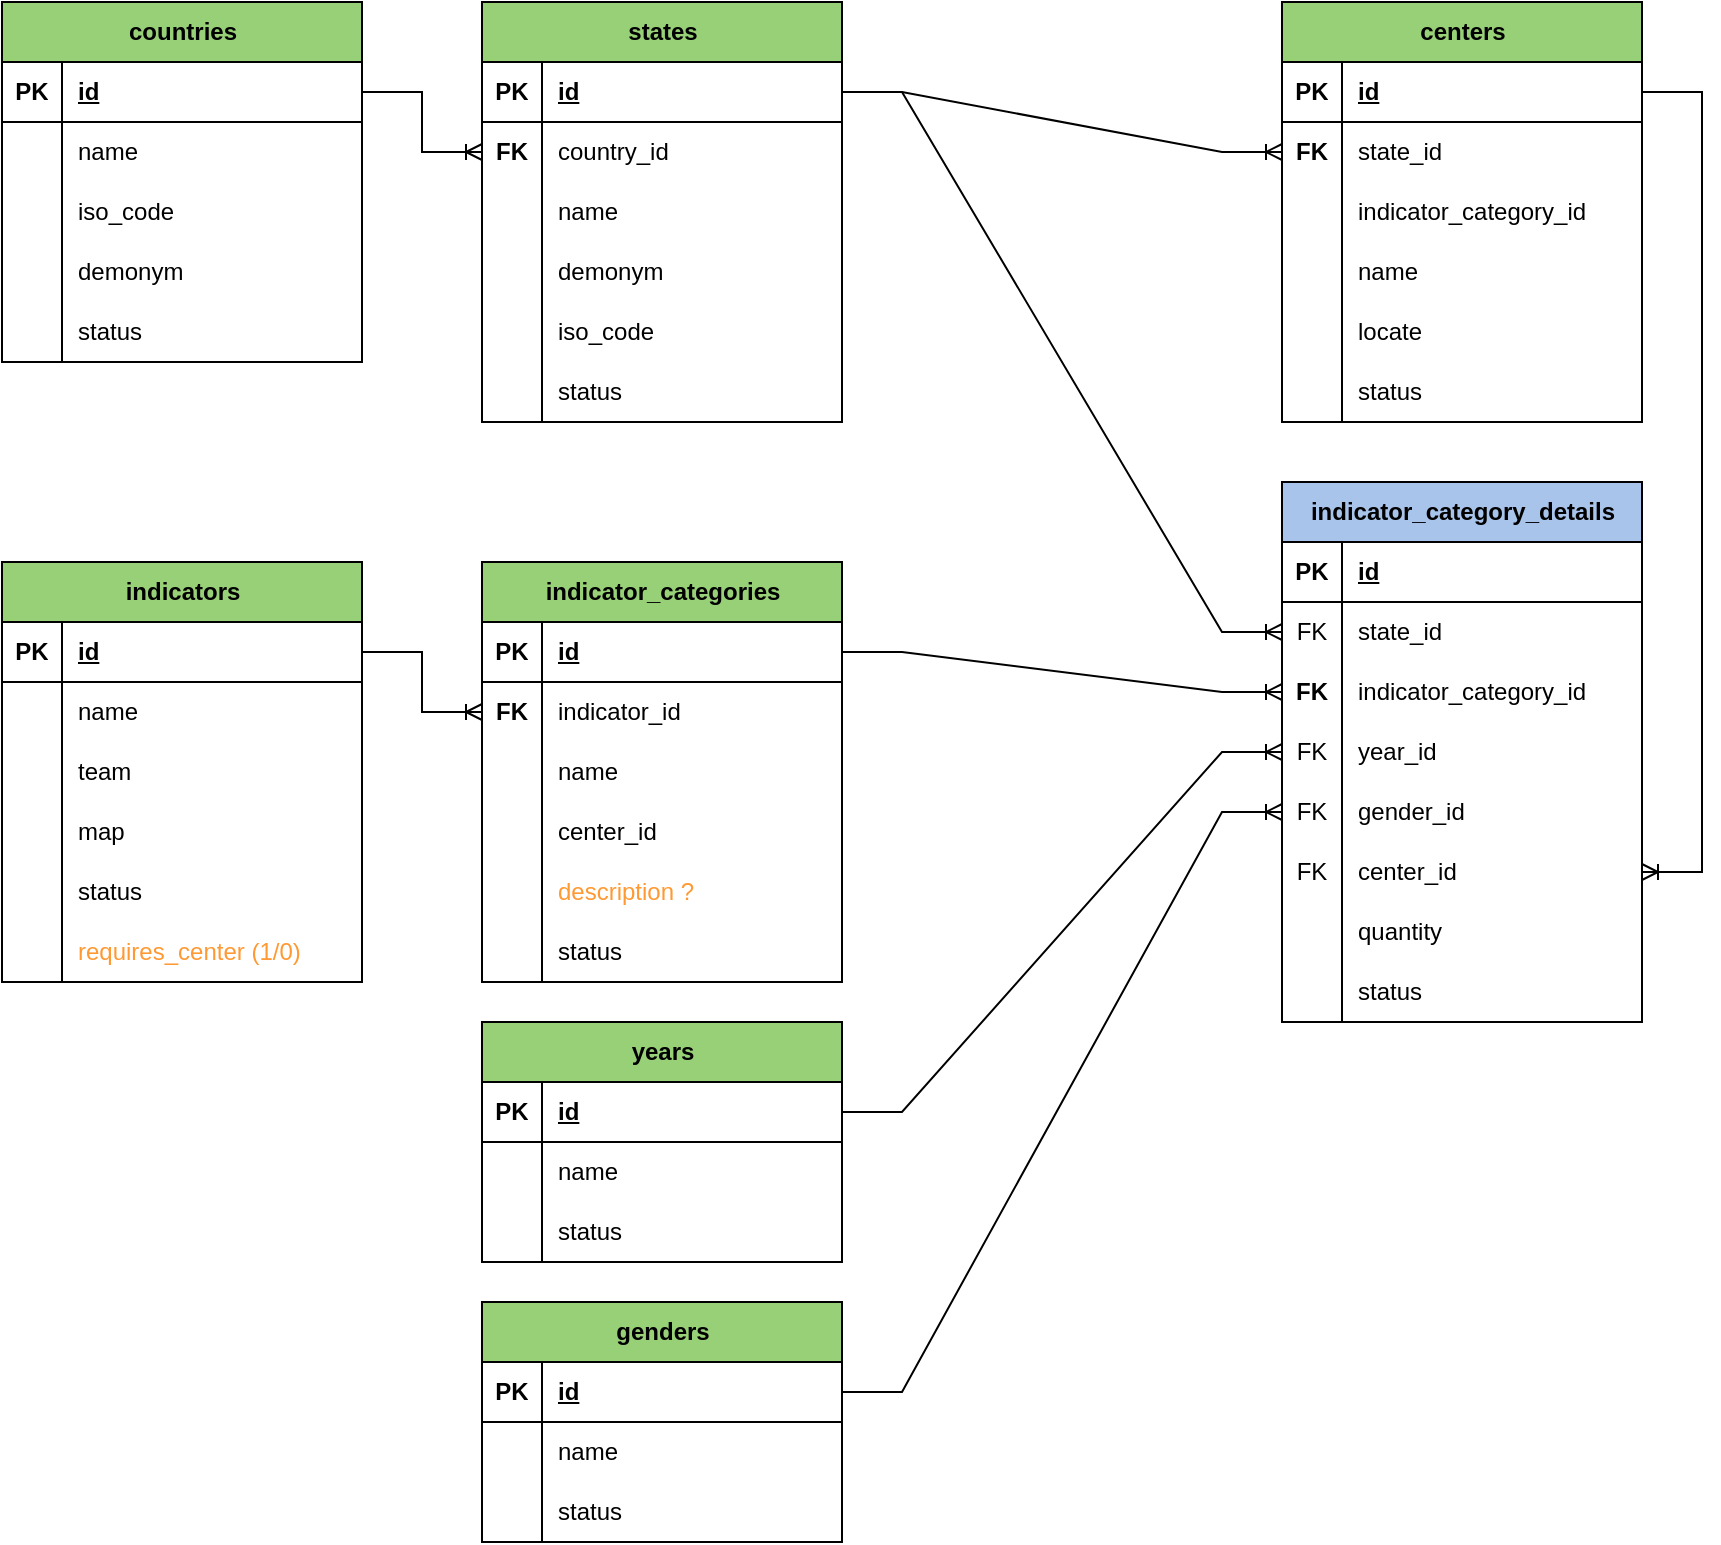
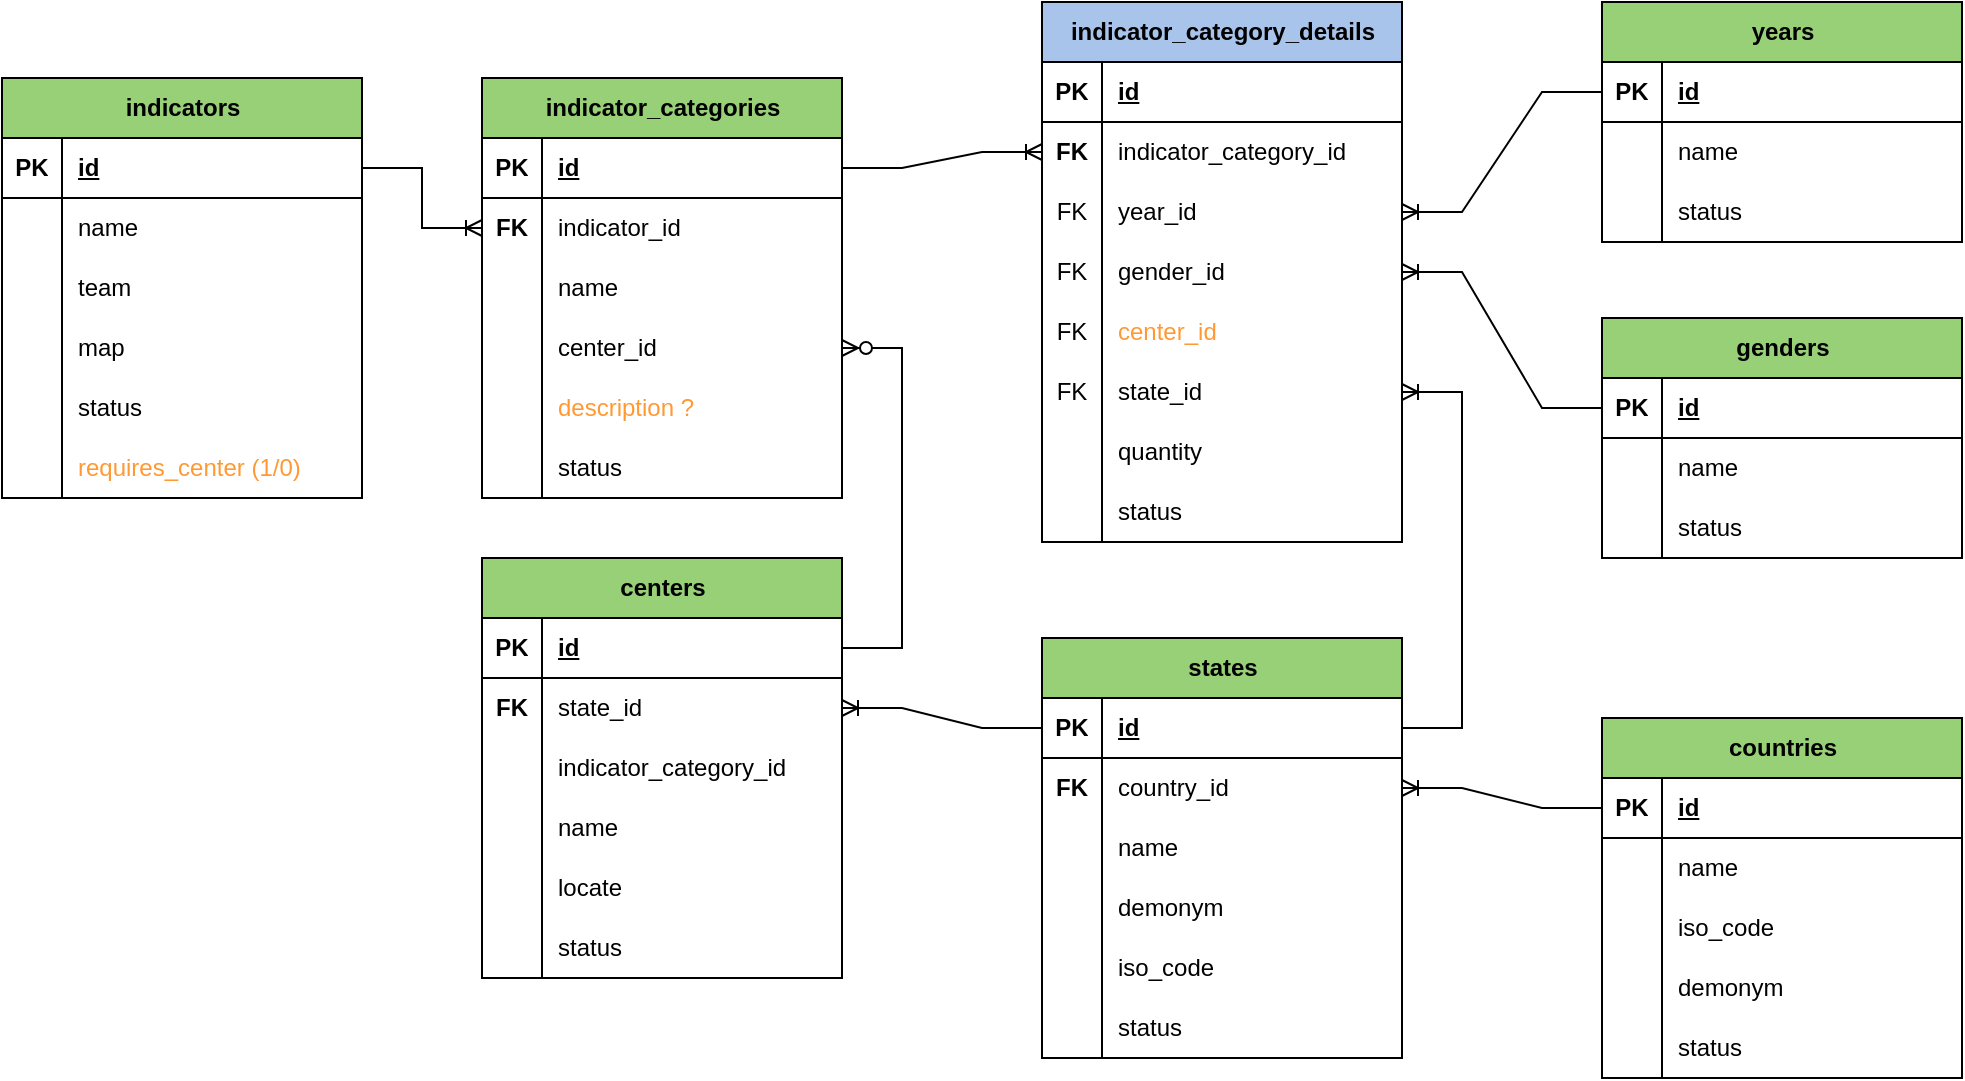
<mxfile host="app.diagrams.net" agent="Mozilla/5.0 (Windows NT 10.0; Win64; x64) AppleWebKit/537.36 (KHTML, like Gecko) Chrome/143.0.0.0 Safari/537.36" version="29.3.0">
  <diagram name="Página-1" id="_8EQAH1Wy183vU3yX7v0">
    <mxGraphModel dx="1426" dy="751" grid="1" gridSize="10" guides="1" tooltips="1" connect="1" arrows="1" fold="1" page="1" pageScale="1" pageWidth="827" pageHeight="1169" math="0" shadow="0">
      <root>
        <mxCell id="0" />
        <mxCell id="1" parent="0" />
        <mxCell id="jeW91b3SFmuc4ZiNpk8l-1" parent="1" style="shape=table;startSize=30;container=1;collapsible=1;childLayout=tableLayout;fixedRows=1;rowLines=0;fontStyle=1;align=center;resizeLast=1;html=1;fillColor=#97D077;" value="years" vertex="1">
-           <mxGeometry height="120" width="180" x="280" y="550" as="geometry" />
+           <mxGeometry height="120" width="180" x="840" y="282" as="geometry" />
        </mxCell>
        <mxCell id="jeW91b3SFmuc4ZiNpk8l-2" parent="jeW91b3SFmuc4ZiNpk8l-1" style="shape=tableRow;horizontal=0;startSize=0;swimlaneHead=0;swimlaneBody=0;fillColor=none;collapsible=0;dropTarget=0;points=[[0,0.5],[1,0.5]];portConstraint=eastwest;top=0;left=0;right=0;bottom=1;" value="" vertex="1">
          <mxGeometry height="30" width="180" y="30" as="geometry" />
        </mxCell>
        <mxCell id="jeW91b3SFmuc4ZiNpk8l-3" parent="jeW91b3SFmuc4ZiNpk8l-2" style="shape=partialRectangle;connectable=0;fillColor=none;top=0;left=0;bottom=0;right=0;fontStyle=1;overflow=hidden;whiteSpace=wrap;html=1;" value="PK" vertex="1">
          <mxGeometry height="30" width="30" as="geometry">
            <mxRectangle height="30" width="30" as="alternateBounds" />
          </mxGeometry>
        </mxCell>
        <mxCell id="jeW91b3SFmuc4ZiNpk8l-4" parent="jeW91b3SFmuc4ZiNpk8l-2" style="shape=partialRectangle;connectable=0;fillColor=none;top=0;left=0;bottom=0;right=0;align=left;spacingLeft=6;fontStyle=5;overflow=hidden;whiteSpace=wrap;html=1;" value="id" vertex="1">
          <mxGeometry height="30" width="150" x="30" as="geometry">
            <mxRectangle height="30" width="150" as="alternateBounds" />
          </mxGeometry>
        </mxCell>
        <mxCell id="jeW91b3SFmuc4ZiNpk8l-5" parent="jeW91b3SFmuc4ZiNpk8l-1" style="shape=tableRow;horizontal=0;startSize=0;swimlaneHead=0;swimlaneBody=0;fillColor=none;collapsible=0;dropTarget=0;points=[[0,0.5],[1,0.5]];portConstraint=eastwest;top=0;left=0;right=0;bottom=0;" value="" vertex="1">
          <mxGeometry height="30" width="180" y="60" as="geometry" />
        </mxCell>
        <mxCell id="jeW91b3SFmuc4ZiNpk8l-6" parent="jeW91b3SFmuc4ZiNpk8l-5" style="shape=partialRectangle;connectable=0;fillColor=none;top=0;left=0;bottom=0;right=0;editable=1;overflow=hidden;whiteSpace=wrap;html=1;" value="" vertex="1">
          <mxGeometry height="30" width="30" as="geometry">
            <mxRectangle height="30" width="30" as="alternateBounds" />
          </mxGeometry>
        </mxCell>
        <mxCell id="jeW91b3SFmuc4ZiNpk8l-7" parent="jeW91b3SFmuc4ZiNpk8l-5" style="shape=partialRectangle;connectable=0;fillColor=none;top=0;left=0;bottom=0;right=0;align=left;spacingLeft=6;overflow=hidden;whiteSpace=wrap;html=1;" value="name" vertex="1">
          <mxGeometry height="30" width="150" x="30" as="geometry">
            <mxRectangle height="30" width="150" as="alternateBounds" />
          </mxGeometry>
        </mxCell>
        <mxCell id="jeW91b3SFmuc4ZiNpk8l-8" parent="jeW91b3SFmuc4ZiNpk8l-1" style="shape=tableRow;horizontal=0;startSize=0;swimlaneHead=0;swimlaneBody=0;fillColor=none;collapsible=0;dropTarget=0;points=[[0,0.5],[1,0.5]];portConstraint=eastwest;top=0;left=0;right=0;bottom=0;" value="" vertex="1">
          <mxGeometry height="30" width="180" y="90" as="geometry" />
        </mxCell>
        <mxCell id="jeW91b3SFmuc4ZiNpk8l-9" parent="jeW91b3SFmuc4ZiNpk8l-8" style="shape=partialRectangle;connectable=0;fillColor=none;top=0;left=0;bottom=0;right=0;editable=1;overflow=hidden;whiteSpace=wrap;html=1;" value="" vertex="1">
          <mxGeometry height="30" width="30" as="geometry">
            <mxRectangle height="30" width="30" as="alternateBounds" />
          </mxGeometry>
        </mxCell>
        <mxCell id="jeW91b3SFmuc4ZiNpk8l-10" parent="jeW91b3SFmuc4ZiNpk8l-8" style="shape=partialRectangle;connectable=0;fillColor=none;top=0;left=0;bottom=0;right=0;align=left;spacingLeft=6;overflow=hidden;whiteSpace=wrap;html=1;" value="status" vertex="1">
          <mxGeometry height="30" width="150" x="30" as="geometry">
            <mxRectangle height="30" width="150" as="alternateBounds" />
          </mxGeometry>
        </mxCell>
        <mxCell id="jeW91b3SFmuc4ZiNpk8l-14" parent="1" style="shape=table;startSize=30;container=1;collapsible=1;childLayout=tableLayout;fixedRows=1;rowLines=0;fontStyle=1;align=center;resizeLast=1;html=1;fillColor=#97D077;" value="indicators" vertex="1">
          <mxGeometry height="210" width="180" x="40" y="320" as="geometry" />
        </mxCell>
        <mxCell id="jeW91b3SFmuc4ZiNpk8l-15" parent="jeW91b3SFmuc4ZiNpk8l-14" style="shape=tableRow;horizontal=0;startSize=0;swimlaneHead=0;swimlaneBody=0;fillColor=none;collapsible=0;dropTarget=0;points=[[0,0.5],[1,0.5]];portConstraint=eastwest;top=0;left=0;right=0;bottom=1;" value="" vertex="1">
          <mxGeometry height="30" width="180" y="30" as="geometry" />
        </mxCell>
        <mxCell id="jeW91b3SFmuc4ZiNpk8l-16" parent="jeW91b3SFmuc4ZiNpk8l-15" style="shape=partialRectangle;connectable=0;fillColor=none;top=0;left=0;bottom=0;right=0;fontStyle=1;overflow=hidden;whiteSpace=wrap;html=1;" value="PK" vertex="1">
          <mxGeometry height="30" width="30" as="geometry">
            <mxRectangle height="30" width="30" as="alternateBounds" />
          </mxGeometry>
        </mxCell>
        <mxCell id="jeW91b3SFmuc4ZiNpk8l-17" parent="jeW91b3SFmuc4ZiNpk8l-15" style="shape=partialRectangle;connectable=0;fillColor=none;top=0;left=0;bottom=0;right=0;align=left;spacingLeft=6;fontStyle=5;overflow=hidden;whiteSpace=wrap;html=1;" value="id" vertex="1">
          <mxGeometry height="30" width="150" x="30" as="geometry">
            <mxRectangle height="30" width="150" as="alternateBounds" />
          </mxGeometry>
        </mxCell>
        <mxCell id="jeW91b3SFmuc4ZiNpk8l-18" parent="jeW91b3SFmuc4ZiNpk8l-14" style="shape=tableRow;horizontal=0;startSize=0;swimlaneHead=0;swimlaneBody=0;fillColor=none;collapsible=0;dropTarget=0;points=[[0,0.5],[1,0.5]];portConstraint=eastwest;top=0;left=0;right=0;bottom=0;" value="" vertex="1">
          <mxGeometry height="30" width="180" y="60" as="geometry" />
        </mxCell>
        <mxCell id="jeW91b3SFmuc4ZiNpk8l-19" parent="jeW91b3SFmuc4ZiNpk8l-18" style="shape=partialRectangle;connectable=0;fillColor=none;top=0;left=0;bottom=0;right=0;editable=1;overflow=hidden;whiteSpace=wrap;html=1;" value="" vertex="1">
          <mxGeometry height="30" width="30" as="geometry">
            <mxRectangle height="30" width="30" as="alternateBounds" />
          </mxGeometry>
        </mxCell>
        <mxCell id="jeW91b3SFmuc4ZiNpk8l-20" parent="jeW91b3SFmuc4ZiNpk8l-18" style="shape=partialRectangle;connectable=0;fillColor=none;top=0;left=0;bottom=0;right=0;align=left;spacingLeft=6;overflow=hidden;whiteSpace=wrap;html=1;" value="name" vertex="1">
          <mxGeometry height="30" width="150" x="30" as="geometry">
            <mxRectangle height="30" width="150" as="alternateBounds" />
          </mxGeometry>
        </mxCell>
        <mxCell id="Tr3dRubQJtcB0Lx8Occ9-4" parent="jeW91b3SFmuc4ZiNpk8l-14" style="shape=tableRow;horizontal=0;startSize=0;swimlaneHead=0;swimlaneBody=0;fillColor=none;collapsible=0;dropTarget=0;points=[[0,0.5],[1,0.5]];portConstraint=eastwest;top=0;left=0;right=0;bottom=0;" vertex="1">
          <mxGeometry height="30" width="180" y="90" as="geometry" />
        </mxCell>
        <mxCell id="Tr3dRubQJtcB0Lx8Occ9-5" parent="Tr3dRubQJtcB0Lx8Occ9-4" style="shape=partialRectangle;connectable=0;fillColor=none;top=0;left=0;bottom=0;right=0;editable=1;overflow=hidden;whiteSpace=wrap;html=1;" vertex="1">
          <mxGeometry height="30" width="30" as="geometry">
            <mxRectangle height="30" width="30" as="alternateBounds" />
          </mxGeometry>
        </mxCell>
        <mxCell id="Tr3dRubQJtcB0Lx8Occ9-6" parent="Tr3dRubQJtcB0Lx8Occ9-4" style="shape=partialRectangle;connectable=0;fillColor=none;top=0;left=0;bottom=0;right=0;align=left;spacingLeft=6;overflow=hidden;whiteSpace=wrap;html=1;" value="team" vertex="1">
          <mxGeometry height="30" width="150" x="30" as="geometry">
            <mxRectangle height="30" width="150" as="alternateBounds" />
          </mxGeometry>
        </mxCell>
        <mxCell id="Tr3dRubQJtcB0Lx8Occ9-1" parent="jeW91b3SFmuc4ZiNpk8l-14" style="shape=tableRow;horizontal=0;startSize=0;swimlaneHead=0;swimlaneBody=0;fillColor=none;collapsible=0;dropTarget=0;points=[[0,0.5],[1,0.5]];portConstraint=eastwest;top=0;left=0;right=0;bottom=0;" vertex="1">
          <mxGeometry height="30" width="180" y="120" as="geometry" />
        </mxCell>
        <mxCell id="Tr3dRubQJtcB0Lx8Occ9-2" parent="Tr3dRubQJtcB0Lx8Occ9-1" style="shape=partialRectangle;connectable=0;fillColor=none;top=0;left=0;bottom=0;right=0;editable=1;overflow=hidden;whiteSpace=wrap;html=1;" vertex="1">
          <mxGeometry height="30" width="30" as="geometry">
            <mxRectangle height="30" width="30" as="alternateBounds" />
          </mxGeometry>
        </mxCell>
        <mxCell id="Tr3dRubQJtcB0Lx8Occ9-3" parent="Tr3dRubQJtcB0Lx8Occ9-1" style="shape=partialRectangle;connectable=0;fillColor=none;top=0;left=0;bottom=0;right=0;align=left;spacingLeft=6;overflow=hidden;whiteSpace=wrap;html=1;" value="map" vertex="1">
          <mxGeometry height="30" width="150" x="30" as="geometry">
            <mxRectangle height="30" width="150" as="alternateBounds" />
          </mxGeometry>
        </mxCell>
        <mxCell id="Tr3dRubQJtcB0Lx8Occ9-7" parent="jeW91b3SFmuc4ZiNpk8l-14" style="shape=tableRow;horizontal=0;startSize=0;swimlaneHead=0;swimlaneBody=0;fillColor=none;collapsible=0;dropTarget=0;points=[[0,0.5],[1,0.5]];portConstraint=eastwest;top=0;left=0;right=0;bottom=0;" vertex="1">
          <mxGeometry height="30" width="180" y="150" as="geometry" />
        </mxCell>
        <mxCell id="Tr3dRubQJtcB0Lx8Occ9-8" parent="Tr3dRubQJtcB0Lx8Occ9-7" style="shape=partialRectangle;connectable=0;fillColor=none;top=0;left=0;bottom=0;right=0;editable=1;overflow=hidden;whiteSpace=wrap;html=1;" vertex="1">
          <mxGeometry height="30" width="30" as="geometry">
            <mxRectangle height="30" width="30" as="alternateBounds" />
          </mxGeometry>
        </mxCell>
        <mxCell id="Tr3dRubQJtcB0Lx8Occ9-9" parent="Tr3dRubQJtcB0Lx8Occ9-7" style="shape=partialRectangle;connectable=0;fillColor=none;top=0;left=0;bottom=0;right=0;align=left;spacingLeft=6;overflow=hidden;whiteSpace=wrap;html=1;" value="status" vertex="1">
          <mxGeometry height="30" width="150" x="30" as="geometry">
            <mxRectangle height="30" width="150" as="alternateBounds" />
          </mxGeometry>
        </mxCell>
        <mxCell id="jeW91b3SFmuc4ZiNpk8l-24" parent="jeW91b3SFmuc4ZiNpk8l-14" style="shape=tableRow;horizontal=0;startSize=0;swimlaneHead=0;swimlaneBody=0;fillColor=none;collapsible=0;dropTarget=0;points=[[0,0.5],[1,0.5]];portConstraint=eastwest;top=0;left=0;right=0;bottom=0;" value="" vertex="1">
          <mxGeometry height="30" width="180" y="180" as="geometry" />
        </mxCell>
        <mxCell id="jeW91b3SFmuc4ZiNpk8l-25" parent="jeW91b3SFmuc4ZiNpk8l-24" style="shape=partialRectangle;connectable=0;fillColor=none;top=0;left=0;bottom=0;right=0;editable=1;overflow=hidden;whiteSpace=wrap;html=1;" value="" vertex="1">
          <mxGeometry height="30" width="30" as="geometry">
            <mxRectangle height="30" width="30" as="alternateBounds" />
          </mxGeometry>
        </mxCell>
        <mxCell id="jeW91b3SFmuc4ZiNpk8l-26" parent="jeW91b3SFmuc4ZiNpk8l-24" style="shape=partialRectangle;connectable=0;fillColor=none;top=0;left=0;bottom=0;right=0;align=left;spacingLeft=6;overflow=hidden;whiteSpace=wrap;html=1;" value="&lt;font style=&quot;color: rgb(255, 153, 51);&quot;&gt;requires_center (1/0)&lt;/font&gt;" vertex="1">
          <mxGeometry height="30" width="150" x="30" as="geometry">
            <mxRectangle height="30" width="150" as="alternateBounds" />
          </mxGeometry>
        </mxCell>
        <mxCell id="jeW91b3SFmuc4ZiNpk8l-27" parent="1" style="shape=table;startSize=30;container=1;collapsible=1;childLayout=tableLayout;fixedRows=1;rowLines=0;fontStyle=1;align=center;resizeLast=1;html=1;fillColor=#97D077;" value="centers" vertex="1">
-           <mxGeometry height="210" width="180" x="680" y="40" as="geometry" />
+           <mxGeometry height="210" width="180" x="280" y="560" as="geometry">
+             <mxRectangle height="30" width="80" x="280" y="560" as="alternateBounds" />
+           </mxGeometry>
        </mxCell>
        <mxCell id="jeW91b3SFmuc4ZiNpk8l-28" parent="jeW91b3SFmuc4ZiNpk8l-27" style="shape=tableRow;horizontal=0;startSize=0;swimlaneHead=0;swimlaneBody=0;fillColor=none;collapsible=0;dropTarget=0;points=[[0,0.5],[1,0.5]];portConstraint=eastwest;top=0;left=0;right=0;bottom=1;" value="" vertex="1">
          <mxGeometry height="30" width="180" y="30" as="geometry" />
        </mxCell>
        <mxCell id="jeW91b3SFmuc4ZiNpk8l-29" parent="jeW91b3SFmuc4ZiNpk8l-28" style="shape=partialRectangle;connectable=0;fillColor=none;top=0;left=0;bottom=0;right=0;fontStyle=1;overflow=hidden;whiteSpace=wrap;html=1;" value="PK" vertex="1">
          <mxGeometry height="30" width="30" as="geometry">
            <mxRectangle height="30" width="30" as="alternateBounds" />
          </mxGeometry>
        </mxCell>
        <mxCell id="jeW91b3SFmuc4ZiNpk8l-30" parent="jeW91b3SFmuc4ZiNpk8l-28" style="shape=partialRectangle;connectable=0;fillColor=none;top=0;left=0;bottom=0;right=0;align=left;spacingLeft=6;fontStyle=5;overflow=hidden;whiteSpace=wrap;html=1;" value="id" vertex="1">
          <mxGeometry height="30" width="150" x="30" as="geometry">
            <mxRectangle height="30" width="150" as="alternateBounds" />
          </mxGeometry>
        </mxCell>
        <mxCell id="jeW91b3SFmuc4ZiNpk8l-31" parent="jeW91b3SFmuc4ZiNpk8l-27" style="shape=tableRow;horizontal=0;startSize=0;swimlaneHead=0;swimlaneBody=0;fillColor=none;collapsible=0;dropTarget=0;points=[[0,0.5],[1,0.5]];portConstraint=eastwest;top=0;left=0;right=0;bottom=0;" value="" vertex="1">
          <mxGeometry height="30" width="180" y="60" as="geometry" />
        </mxCell>
        <mxCell id="jeW91b3SFmuc4ZiNpk8l-32" parent="jeW91b3SFmuc4ZiNpk8l-31" style="shape=partialRectangle;connectable=0;fillColor=none;top=0;left=0;bottom=0;right=0;editable=1;overflow=hidden;whiteSpace=wrap;html=1;" value="&lt;b&gt;FK&lt;/b&gt;" vertex="1">
          <mxGeometry height="30" width="30" as="geometry">
            <mxRectangle height="30" width="30" as="alternateBounds" />
          </mxGeometry>
        </mxCell>
        <mxCell id="jeW91b3SFmuc4ZiNpk8l-33" parent="jeW91b3SFmuc4ZiNpk8l-31" style="shape=partialRectangle;connectable=0;fillColor=none;top=0;left=0;bottom=0;right=0;align=left;spacingLeft=6;overflow=hidden;whiteSpace=wrap;html=1;" value="state_id" vertex="1">
          <mxGeometry height="30" width="150" x="30" as="geometry">
            <mxRectangle height="30" width="150" as="alternateBounds" />
          </mxGeometry>
        </mxCell>
        <mxCell id="6sR2e17n_Q9-mfU13Qc0-5" parent="jeW91b3SFmuc4ZiNpk8l-27" style="shape=tableRow;horizontal=0;startSize=0;swimlaneHead=0;swimlaneBody=0;fillColor=none;collapsible=0;dropTarget=0;points=[[0,0.5],[1,0.5]];portConstraint=eastwest;top=0;left=0;right=0;bottom=0;" vertex="1">
          <mxGeometry height="30" width="180" y="90" as="geometry" />
        </mxCell>
        <mxCell id="6sR2e17n_Q9-mfU13Qc0-6" parent="6sR2e17n_Q9-mfU13Qc0-5" style="shape=partialRectangle;connectable=0;fillColor=none;top=0;left=0;bottom=0;right=0;editable=1;overflow=hidden;whiteSpace=wrap;html=1;" vertex="1">
          <mxGeometry height="30" width="30" as="geometry">
            <mxRectangle height="30" width="30" as="alternateBounds" />
          </mxGeometry>
        </mxCell>
        <mxCell id="6sR2e17n_Q9-mfU13Qc0-7" parent="6sR2e17n_Q9-mfU13Qc0-5" style="shape=partialRectangle;connectable=0;fillColor=none;top=0;left=0;bottom=0;right=0;align=left;spacingLeft=6;overflow=hidden;whiteSpace=wrap;html=1;" value="indicator_category_id" vertex="1">
          <mxGeometry height="30" width="150" x="30" as="geometry">
            <mxRectangle height="30" width="150" as="alternateBounds" />
          </mxGeometry>
        </mxCell>
        <mxCell id="jeW91b3SFmuc4ZiNpk8l-34" parent="jeW91b3SFmuc4ZiNpk8l-27" style="shape=tableRow;horizontal=0;startSize=0;swimlaneHead=0;swimlaneBody=0;fillColor=none;collapsible=0;dropTarget=0;points=[[0,0.5],[1,0.5]];portConstraint=eastwest;top=0;left=0;right=0;bottom=0;" value="" vertex="1">
          <mxGeometry height="30" width="180" y="120" as="geometry" />
        </mxCell>
        <mxCell id="jeW91b3SFmuc4ZiNpk8l-35" parent="jeW91b3SFmuc4ZiNpk8l-34" style="shape=partialRectangle;connectable=0;fillColor=none;top=0;left=0;bottom=0;right=0;editable=1;overflow=hidden;whiteSpace=wrap;html=1;" value="" vertex="1">
          <mxGeometry height="30" width="30" as="geometry">
            <mxRectangle height="30" width="30" as="alternateBounds" />
          </mxGeometry>
        </mxCell>
        <mxCell id="jeW91b3SFmuc4ZiNpk8l-36" parent="jeW91b3SFmuc4ZiNpk8l-34" style="shape=partialRectangle;connectable=0;fillColor=none;top=0;left=0;bottom=0;right=0;align=left;spacingLeft=6;overflow=hidden;whiteSpace=wrap;html=1;" value="name" vertex="1">
          <mxGeometry height="30" width="150" x="30" as="geometry">
            <mxRectangle height="30" width="150" as="alternateBounds" />
          </mxGeometry>
        </mxCell>
        <mxCell id="jeW91b3SFmuc4ZiNpk8l-37" parent="jeW91b3SFmuc4ZiNpk8l-27" style="shape=tableRow;horizontal=0;startSize=0;swimlaneHead=0;swimlaneBody=0;fillColor=none;collapsible=0;dropTarget=0;points=[[0,0.5],[1,0.5]];portConstraint=eastwest;top=0;left=0;right=0;bottom=0;" value="" vertex="1">
          <mxGeometry height="30" width="180" y="150" as="geometry" />
        </mxCell>
        <mxCell id="jeW91b3SFmuc4ZiNpk8l-38" parent="jeW91b3SFmuc4ZiNpk8l-37" style="shape=partialRectangle;connectable=0;fillColor=none;top=0;left=0;bottom=0;right=0;editable=1;overflow=hidden;whiteSpace=wrap;html=1;" value="" vertex="1">
          <mxGeometry height="30" width="30" as="geometry">
            <mxRectangle height="30" width="30" as="alternateBounds" />
          </mxGeometry>
        </mxCell>
        <mxCell id="jeW91b3SFmuc4ZiNpk8l-39" parent="jeW91b3SFmuc4ZiNpk8l-37" style="shape=partialRectangle;connectable=0;fillColor=none;top=0;left=0;bottom=0;right=0;align=left;spacingLeft=6;overflow=hidden;whiteSpace=wrap;html=1;" value="locate" vertex="1">
          <mxGeometry height="30" width="150" x="30" as="geometry">
            <mxRectangle height="30" width="150" as="alternateBounds" />
          </mxGeometry>
        </mxCell>
        <mxCell id="jeW91b3SFmuc4ZiNpk8l-72" parent="jeW91b3SFmuc4ZiNpk8l-27" style="shape=tableRow;horizontal=0;startSize=0;swimlaneHead=0;swimlaneBody=0;fillColor=none;collapsible=0;dropTarget=0;points=[[0,0.5],[1,0.5]];portConstraint=eastwest;top=0;left=0;right=0;bottom=0;" vertex="1">
          <mxGeometry height="30" width="180" y="180" as="geometry" />
        </mxCell>
        <mxCell id="jeW91b3SFmuc4ZiNpk8l-73" parent="jeW91b3SFmuc4ZiNpk8l-72" style="shape=partialRectangle;connectable=0;fillColor=none;top=0;left=0;bottom=0;right=0;editable=1;overflow=hidden;whiteSpace=wrap;html=1;" vertex="1">
          <mxGeometry height="30" width="30" as="geometry">
            <mxRectangle height="30" width="30" as="alternateBounds" />
          </mxGeometry>
        </mxCell>
        <mxCell id="jeW91b3SFmuc4ZiNpk8l-74" parent="jeW91b3SFmuc4ZiNpk8l-72" style="shape=partialRectangle;connectable=0;fillColor=none;top=0;left=0;bottom=0;right=0;align=left;spacingLeft=6;overflow=hidden;whiteSpace=wrap;html=1;" value="status" vertex="1">
          <mxGeometry height="30" width="150" x="30" as="geometry">
            <mxRectangle height="30" width="150" as="alternateBounds" />
          </mxGeometry>
        </mxCell>
        <mxCell id="jeW91b3SFmuc4ZiNpk8l-40" parent="1" style="shape=table;startSize=30;container=1;collapsible=1;childLayout=tableLayout;fixedRows=1;rowLines=0;fontStyle=1;align=center;resizeLast=1;html=1;fillColor=#97D077;" value="countries" vertex="1">
-           <mxGeometry height="180" width="180" x="40" y="40" as="geometry" />
+           <mxGeometry height="180" width="180" x="840" y="640" as="geometry" />
        </mxCell>
        <mxCell id="jeW91b3SFmuc4ZiNpk8l-41" parent="jeW91b3SFmuc4ZiNpk8l-40" style="shape=tableRow;horizontal=0;startSize=0;swimlaneHead=0;swimlaneBody=0;fillColor=none;collapsible=0;dropTarget=0;points=[[0,0.5],[1,0.5]];portConstraint=eastwest;top=0;left=0;right=0;bottom=1;" value="" vertex="1">
          <mxGeometry height="30" width="180" y="30" as="geometry" />
        </mxCell>
        <mxCell id="jeW91b3SFmuc4ZiNpk8l-42" parent="jeW91b3SFmuc4ZiNpk8l-41" style="shape=partialRectangle;connectable=0;fillColor=none;top=0;left=0;bottom=0;right=0;fontStyle=1;overflow=hidden;whiteSpace=wrap;html=1;" value="PK" vertex="1">
          <mxGeometry height="30" width="30" as="geometry">
            <mxRectangle height="30" width="30" as="alternateBounds" />
          </mxGeometry>
        </mxCell>
        <mxCell id="jeW91b3SFmuc4ZiNpk8l-43" parent="jeW91b3SFmuc4ZiNpk8l-41" style="shape=partialRectangle;connectable=0;fillColor=none;top=0;left=0;bottom=0;right=0;align=left;spacingLeft=6;fontStyle=5;overflow=hidden;whiteSpace=wrap;html=1;" value="id" vertex="1">
          <mxGeometry height="30" width="150" x="30" as="geometry">
            <mxRectangle height="30" width="150" as="alternateBounds" />
          </mxGeometry>
        </mxCell>
        <mxCell id="jeW91b3SFmuc4ZiNpk8l-44" parent="jeW91b3SFmuc4ZiNpk8l-40" style="shape=tableRow;horizontal=0;startSize=0;swimlaneHead=0;swimlaneBody=0;fillColor=none;collapsible=0;dropTarget=0;points=[[0,0.5],[1,0.5]];portConstraint=eastwest;top=0;left=0;right=0;bottom=0;" value="" vertex="1">
          <mxGeometry height="30" width="180" y="60" as="geometry" />
        </mxCell>
        <mxCell id="jeW91b3SFmuc4ZiNpk8l-45" parent="jeW91b3SFmuc4ZiNpk8l-44" style="shape=partialRectangle;connectable=0;fillColor=none;top=0;left=0;bottom=0;right=0;editable=1;overflow=hidden;whiteSpace=wrap;html=1;" value="" vertex="1">
          <mxGeometry height="30" width="30" as="geometry">
            <mxRectangle height="30" width="30" as="alternateBounds" />
          </mxGeometry>
        </mxCell>
        <mxCell id="jeW91b3SFmuc4ZiNpk8l-46" parent="jeW91b3SFmuc4ZiNpk8l-44" style="shape=partialRectangle;connectable=0;fillColor=none;top=0;left=0;bottom=0;right=0;align=left;spacingLeft=6;overflow=hidden;whiteSpace=wrap;html=1;" value="name" vertex="1">
          <mxGeometry height="30" width="150" x="30" as="geometry">
            <mxRectangle height="30" width="150" as="alternateBounds" />
          </mxGeometry>
        </mxCell>
        <mxCell id="jeW91b3SFmuc4ZiNpk8l-47" parent="jeW91b3SFmuc4ZiNpk8l-40" style="shape=tableRow;horizontal=0;startSize=0;swimlaneHead=0;swimlaneBody=0;fillColor=none;collapsible=0;dropTarget=0;points=[[0,0.5],[1,0.5]];portConstraint=eastwest;top=0;left=0;right=0;bottom=0;" value="" vertex="1">
          <mxGeometry height="30" width="180" y="90" as="geometry" />
        </mxCell>
        <mxCell id="jeW91b3SFmuc4ZiNpk8l-48" parent="jeW91b3SFmuc4ZiNpk8l-47" style="shape=partialRectangle;connectable=0;fillColor=none;top=0;left=0;bottom=0;right=0;editable=1;overflow=hidden;whiteSpace=wrap;html=1;" value="" vertex="1">
          <mxGeometry height="30" width="30" as="geometry">
            <mxRectangle height="30" width="30" as="alternateBounds" />
          </mxGeometry>
        </mxCell>
        <mxCell id="jeW91b3SFmuc4ZiNpk8l-49" parent="jeW91b3SFmuc4ZiNpk8l-47" style="shape=partialRectangle;connectable=0;fillColor=none;top=0;left=0;bottom=0;right=0;align=left;spacingLeft=6;overflow=hidden;whiteSpace=wrap;html=1;" value="iso_code" vertex="1">
          <mxGeometry height="30" width="150" x="30" as="geometry">
            <mxRectangle height="30" width="150" as="alternateBounds" />
          </mxGeometry>
        </mxCell>
        <mxCell id="jeW91b3SFmuc4ZiNpk8l-136" parent="jeW91b3SFmuc4ZiNpk8l-40" style="shape=tableRow;horizontal=0;startSize=0;swimlaneHead=0;swimlaneBody=0;fillColor=none;collapsible=0;dropTarget=0;points=[[0,0.5],[1,0.5]];portConstraint=eastwest;top=0;left=0;right=0;bottom=0;" vertex="1">
          <mxGeometry height="30" width="180" y="120" as="geometry" />
        </mxCell>
        <mxCell id="jeW91b3SFmuc4ZiNpk8l-137" parent="jeW91b3SFmuc4ZiNpk8l-136" style="shape=partialRectangle;connectable=0;fillColor=none;top=0;left=0;bottom=0;right=0;editable=1;overflow=hidden;whiteSpace=wrap;html=1;" vertex="1">
          <mxGeometry height="30" width="30" as="geometry">
            <mxRectangle height="30" width="30" as="alternateBounds" />
          </mxGeometry>
        </mxCell>
        <mxCell id="jeW91b3SFmuc4ZiNpk8l-138" parent="jeW91b3SFmuc4ZiNpk8l-136" style="shape=partialRectangle;connectable=0;fillColor=none;top=0;left=0;bottom=0;right=0;align=left;spacingLeft=6;overflow=hidden;whiteSpace=wrap;html=1;" value="demonym&amp;nbsp;" vertex="1">
          <mxGeometry height="30" width="150" x="30" as="geometry">
            <mxRectangle height="30" width="150" as="alternateBounds" />
          </mxGeometry>
        </mxCell>
        <mxCell id="jeW91b3SFmuc4ZiNpk8l-50" parent="jeW91b3SFmuc4ZiNpk8l-40" style="shape=tableRow;horizontal=0;startSize=0;swimlaneHead=0;swimlaneBody=0;fillColor=none;collapsible=0;dropTarget=0;points=[[0,0.5],[1,0.5]];portConstraint=eastwest;top=0;left=0;right=0;bottom=0;" value="" vertex="1">
          <mxGeometry height="30" width="180" y="150" as="geometry" />
        </mxCell>
        <mxCell id="jeW91b3SFmuc4ZiNpk8l-51" parent="jeW91b3SFmuc4ZiNpk8l-50" style="shape=partialRectangle;connectable=0;fillColor=none;top=0;left=0;bottom=0;right=0;editable=1;overflow=hidden;whiteSpace=wrap;html=1;" value="" vertex="1">
          <mxGeometry height="30" width="30" as="geometry">
            <mxRectangle height="30" width="30" as="alternateBounds" />
          </mxGeometry>
        </mxCell>
        <mxCell id="jeW91b3SFmuc4ZiNpk8l-52" parent="jeW91b3SFmuc4ZiNpk8l-50" style="shape=partialRectangle;connectable=0;fillColor=none;top=0;left=0;bottom=0;right=0;align=left;spacingLeft=6;overflow=hidden;whiteSpace=wrap;html=1;" value="status" vertex="1">
          <mxGeometry height="30" width="150" x="30" as="geometry">
            <mxRectangle height="30" width="150" as="alternateBounds" />
          </mxGeometry>
        </mxCell>
        <mxCell id="jeW91b3SFmuc4ZiNpk8l-53" parent="1" style="shape=table;startSize=30;container=1;collapsible=1;childLayout=tableLayout;fixedRows=1;rowLines=0;fontStyle=1;align=center;resizeLast=1;html=1;fillColor=#97D077;" value="states" vertex="1">
-           <mxGeometry height="210" width="180" x="280" y="40" as="geometry" />
+           <mxGeometry height="210" width="180" x="560" y="600" as="geometry" />
        </mxCell>
        <mxCell id="jeW91b3SFmuc4ZiNpk8l-54" parent="jeW91b3SFmuc4ZiNpk8l-53" style="shape=tableRow;horizontal=0;startSize=0;swimlaneHead=0;swimlaneBody=0;fillColor=none;collapsible=0;dropTarget=0;points=[[0,0.5],[1,0.5]];portConstraint=eastwest;top=0;left=0;right=0;bottom=1;" value="" vertex="1">
          <mxGeometry height="30" width="180" y="30" as="geometry" />
        </mxCell>
        <mxCell id="jeW91b3SFmuc4ZiNpk8l-55" parent="jeW91b3SFmuc4ZiNpk8l-54" style="shape=partialRectangle;connectable=0;fillColor=none;top=0;left=0;bottom=0;right=0;fontStyle=1;overflow=hidden;whiteSpace=wrap;html=1;" value="PK" vertex="1">
          <mxGeometry height="30" width="30" as="geometry">
            <mxRectangle height="30" width="30" as="alternateBounds" />
          </mxGeometry>
        </mxCell>
        <mxCell id="jeW91b3SFmuc4ZiNpk8l-56" parent="jeW91b3SFmuc4ZiNpk8l-54" style="shape=partialRectangle;connectable=0;fillColor=none;top=0;left=0;bottom=0;right=0;align=left;spacingLeft=6;fontStyle=5;overflow=hidden;whiteSpace=wrap;html=1;" value="id" vertex="1">
          <mxGeometry height="30" width="150" x="30" as="geometry">
            <mxRectangle height="30" width="150" as="alternateBounds" />
          </mxGeometry>
        </mxCell>
        <mxCell id="jeW91b3SFmuc4ZiNpk8l-57" parent="jeW91b3SFmuc4ZiNpk8l-53" style="shape=tableRow;horizontal=0;startSize=0;swimlaneHead=0;swimlaneBody=0;fillColor=none;collapsible=0;dropTarget=0;points=[[0,0.5],[1,0.5]];portConstraint=eastwest;top=0;left=0;right=0;bottom=0;" value="" vertex="1">
          <mxGeometry height="30" width="180" y="60" as="geometry" />
        </mxCell>
        <mxCell id="jeW91b3SFmuc4ZiNpk8l-58" parent="jeW91b3SFmuc4ZiNpk8l-57" style="shape=partialRectangle;connectable=0;fillColor=none;top=0;left=0;bottom=0;right=0;editable=1;overflow=hidden;whiteSpace=wrap;html=1;" value="&lt;b&gt;FK&lt;/b&gt;" vertex="1">
          <mxGeometry height="30" width="30" as="geometry">
            <mxRectangle height="30" width="30" as="alternateBounds" />
          </mxGeometry>
        </mxCell>
        <mxCell id="jeW91b3SFmuc4ZiNpk8l-59" parent="jeW91b3SFmuc4ZiNpk8l-57" style="shape=partialRectangle;connectable=0;fillColor=none;top=0;left=0;bottom=0;right=0;align=left;spacingLeft=6;overflow=hidden;whiteSpace=wrap;html=1;" value="country_id" vertex="1">
          <mxGeometry height="30" width="150" x="30" as="geometry">
            <mxRectangle height="30" width="150" as="alternateBounds" />
          </mxGeometry>
        </mxCell>
        <mxCell id="jeW91b3SFmuc4ZiNpk8l-60" parent="jeW91b3SFmuc4ZiNpk8l-53" style="shape=tableRow;horizontal=0;startSize=0;swimlaneHead=0;swimlaneBody=0;fillColor=none;collapsible=0;dropTarget=0;points=[[0,0.5],[1,0.5]];portConstraint=eastwest;top=0;left=0;right=0;bottom=0;" value="" vertex="1">
          <mxGeometry height="30" width="180" y="90" as="geometry" />
        </mxCell>
        <mxCell id="jeW91b3SFmuc4ZiNpk8l-61" parent="jeW91b3SFmuc4ZiNpk8l-60" style="shape=partialRectangle;connectable=0;fillColor=none;top=0;left=0;bottom=0;right=0;editable=1;overflow=hidden;whiteSpace=wrap;html=1;" value="" vertex="1">
          <mxGeometry height="30" width="30" as="geometry">
            <mxRectangle height="30" width="30" as="alternateBounds" />
          </mxGeometry>
        </mxCell>
        <mxCell id="jeW91b3SFmuc4ZiNpk8l-62" parent="jeW91b3SFmuc4ZiNpk8l-60" style="shape=partialRectangle;connectable=0;fillColor=none;top=0;left=0;bottom=0;right=0;align=left;spacingLeft=6;overflow=hidden;whiteSpace=wrap;html=1;" value="name" vertex="1">
          <mxGeometry height="30" width="150" x="30" as="geometry">
            <mxRectangle height="30" width="150" as="alternateBounds" />
          </mxGeometry>
        </mxCell>
        <mxCell id="jeW91b3SFmuc4ZiNpk8l-63" parent="jeW91b3SFmuc4ZiNpk8l-53" style="shape=tableRow;horizontal=0;startSize=0;swimlaneHead=0;swimlaneBody=0;fillColor=none;collapsible=0;dropTarget=0;points=[[0,0.5],[1,0.5]];portConstraint=eastwest;top=0;left=0;right=0;bottom=0;" value="" vertex="1">
          <mxGeometry height="30" width="180" y="120" as="geometry" />
        </mxCell>
        <mxCell id="jeW91b3SFmuc4ZiNpk8l-64" parent="jeW91b3SFmuc4ZiNpk8l-63" style="shape=partialRectangle;connectable=0;fillColor=none;top=0;left=0;bottom=0;right=0;editable=1;overflow=hidden;whiteSpace=wrap;html=1;" value="" vertex="1">
          <mxGeometry height="30" width="30" as="geometry">
            <mxRectangle height="30" width="30" as="alternateBounds" />
          </mxGeometry>
        </mxCell>
        <mxCell id="jeW91b3SFmuc4ZiNpk8l-65" parent="jeW91b3SFmuc4ZiNpk8l-63" style="shape=partialRectangle;connectable=0;fillColor=none;top=0;left=0;bottom=0;right=0;align=left;spacingLeft=6;overflow=hidden;whiteSpace=wrap;html=1;" value="demonym&amp;nbsp;" vertex="1">
          <mxGeometry height="30" width="150" x="30" as="geometry">
            <mxRectangle height="30" width="150" as="alternateBounds" />
          </mxGeometry>
        </mxCell>
        <mxCell id="jeW91b3SFmuc4ZiNpk8l-69" parent="jeW91b3SFmuc4ZiNpk8l-53" style="shape=tableRow;horizontal=0;startSize=0;swimlaneHead=0;swimlaneBody=0;fillColor=none;collapsible=0;dropTarget=0;points=[[0,0.5],[1,0.5]];portConstraint=eastwest;top=0;left=0;right=0;bottom=0;" vertex="1">
          <mxGeometry height="30" width="180" y="150" as="geometry" />
        </mxCell>
        <mxCell id="jeW91b3SFmuc4ZiNpk8l-70" parent="jeW91b3SFmuc4ZiNpk8l-69" style="shape=partialRectangle;connectable=0;fillColor=none;top=0;left=0;bottom=0;right=0;editable=1;overflow=hidden;whiteSpace=wrap;html=1;" vertex="1">
          <mxGeometry height="30" width="30" as="geometry">
            <mxRectangle height="30" width="30" as="alternateBounds" />
          </mxGeometry>
        </mxCell>
        <mxCell id="jeW91b3SFmuc4ZiNpk8l-71" parent="jeW91b3SFmuc4ZiNpk8l-69" style="shape=partialRectangle;connectable=0;fillColor=none;top=0;left=0;bottom=0;right=0;align=left;spacingLeft=6;overflow=hidden;whiteSpace=wrap;html=1;" value="iso_code" vertex="1">
          <mxGeometry height="30" width="150" x="30" as="geometry">
            <mxRectangle height="30" width="150" as="alternateBounds" />
          </mxGeometry>
        </mxCell>
        <mxCell id="jeW91b3SFmuc4ZiNpk8l-66" parent="jeW91b3SFmuc4ZiNpk8l-53" style="shape=tableRow;horizontal=0;startSize=0;swimlaneHead=0;swimlaneBody=0;fillColor=none;collapsible=0;dropTarget=0;points=[[0,0.5],[1,0.5]];portConstraint=eastwest;top=0;left=0;right=0;bottom=0;" vertex="1">
          <mxGeometry height="30" width="180" y="180" as="geometry" />
        </mxCell>
        <mxCell id="jeW91b3SFmuc4ZiNpk8l-67" parent="jeW91b3SFmuc4ZiNpk8l-66" style="shape=partialRectangle;connectable=0;fillColor=none;top=0;left=0;bottom=0;right=0;editable=1;overflow=hidden;whiteSpace=wrap;html=1;" vertex="1">
          <mxGeometry height="30" width="30" as="geometry">
            <mxRectangle height="30" width="30" as="alternateBounds" />
          </mxGeometry>
        </mxCell>
        <mxCell id="jeW91b3SFmuc4ZiNpk8l-68" parent="jeW91b3SFmuc4ZiNpk8l-66" style="shape=partialRectangle;connectable=0;fillColor=none;top=0;left=0;bottom=0;right=0;align=left;spacingLeft=6;overflow=hidden;whiteSpace=wrap;html=1;" value="status" vertex="1">
          <mxGeometry height="30" width="150" x="30" as="geometry">
            <mxRectangle height="30" width="150" as="alternateBounds" />
          </mxGeometry>
        </mxCell>
        <mxCell id="jeW91b3SFmuc4ZiNpk8l-75" parent="1" style="shape=table;startSize=30;container=1;collapsible=1;childLayout=tableLayout;fixedRows=1;rowLines=0;fontStyle=1;align=center;resizeLast=1;html=1;fillColor=#97D077;" value="genders" vertex="1">
-           <mxGeometry height="120" width="180" x="280" y="690" as="geometry" />
+           <mxGeometry height="120" width="180" x="840" y="440" as="geometry" />
        </mxCell>
        <mxCell id="jeW91b3SFmuc4ZiNpk8l-76" parent="jeW91b3SFmuc4ZiNpk8l-75" style="shape=tableRow;horizontal=0;startSize=0;swimlaneHead=0;swimlaneBody=0;fillColor=none;collapsible=0;dropTarget=0;points=[[0,0.5],[1,0.5]];portConstraint=eastwest;top=0;left=0;right=0;bottom=1;" value="" vertex="1">
          <mxGeometry height="30" width="180" y="30" as="geometry" />
        </mxCell>
        <mxCell id="jeW91b3SFmuc4ZiNpk8l-77" parent="jeW91b3SFmuc4ZiNpk8l-76" style="shape=partialRectangle;connectable=0;fillColor=none;top=0;left=0;bottom=0;right=0;fontStyle=1;overflow=hidden;whiteSpace=wrap;html=1;" value="PK" vertex="1">
          <mxGeometry height="30" width="30" as="geometry">
            <mxRectangle height="30" width="30" as="alternateBounds" />
          </mxGeometry>
        </mxCell>
        <mxCell id="jeW91b3SFmuc4ZiNpk8l-78" parent="jeW91b3SFmuc4ZiNpk8l-76" style="shape=partialRectangle;connectable=0;fillColor=none;top=0;left=0;bottom=0;right=0;align=left;spacingLeft=6;fontStyle=5;overflow=hidden;whiteSpace=wrap;html=1;" value="id" vertex="1">
          <mxGeometry height="30" width="150" x="30" as="geometry">
            <mxRectangle height="30" width="150" as="alternateBounds" />
          </mxGeometry>
        </mxCell>
        <mxCell id="jeW91b3SFmuc4ZiNpk8l-79" parent="jeW91b3SFmuc4ZiNpk8l-75" style="shape=tableRow;horizontal=0;startSize=0;swimlaneHead=0;swimlaneBody=0;fillColor=none;collapsible=0;dropTarget=0;points=[[0,0.5],[1,0.5]];portConstraint=eastwest;top=0;left=0;right=0;bottom=0;" value="" vertex="1">
          <mxGeometry height="30" width="180" y="60" as="geometry" />
        </mxCell>
        <mxCell id="jeW91b3SFmuc4ZiNpk8l-80" parent="jeW91b3SFmuc4ZiNpk8l-79" style="shape=partialRectangle;connectable=0;fillColor=none;top=0;left=0;bottom=0;right=0;editable=1;overflow=hidden;whiteSpace=wrap;html=1;" value="" vertex="1">
          <mxGeometry height="30" width="30" as="geometry">
            <mxRectangle height="30" width="30" as="alternateBounds" />
          </mxGeometry>
        </mxCell>
        <mxCell id="jeW91b3SFmuc4ZiNpk8l-81" parent="jeW91b3SFmuc4ZiNpk8l-79" style="shape=partialRectangle;connectable=0;fillColor=none;top=0;left=0;bottom=0;right=0;align=left;spacingLeft=6;overflow=hidden;whiteSpace=wrap;html=1;" value="name" vertex="1">
          <mxGeometry height="30" width="150" x="30" as="geometry">
            <mxRectangle height="30" width="150" as="alternateBounds" />
          </mxGeometry>
        </mxCell>
        <mxCell id="jeW91b3SFmuc4ZiNpk8l-82" parent="jeW91b3SFmuc4ZiNpk8l-75" style="shape=tableRow;horizontal=0;startSize=0;swimlaneHead=0;swimlaneBody=0;fillColor=none;collapsible=0;dropTarget=0;points=[[0,0.5],[1,0.5]];portConstraint=eastwest;top=0;left=0;right=0;bottom=0;" value="" vertex="1">
          <mxGeometry height="30" width="180" y="90" as="geometry" />
        </mxCell>
        <mxCell id="jeW91b3SFmuc4ZiNpk8l-83" parent="jeW91b3SFmuc4ZiNpk8l-82" style="shape=partialRectangle;connectable=0;fillColor=none;top=0;left=0;bottom=0;right=0;editable=1;overflow=hidden;whiteSpace=wrap;html=1;" value="" vertex="1">
          <mxGeometry height="30" width="30" as="geometry">
            <mxRectangle height="30" width="30" as="alternateBounds" />
          </mxGeometry>
        </mxCell>
        <mxCell id="jeW91b3SFmuc4ZiNpk8l-84" parent="jeW91b3SFmuc4ZiNpk8l-82" style="shape=partialRectangle;connectable=0;fillColor=none;top=0;left=0;bottom=0;right=0;align=left;spacingLeft=6;overflow=hidden;whiteSpace=wrap;html=1;" value="status" vertex="1">
          <mxGeometry height="30" width="150" x="30" as="geometry">
            <mxRectangle height="30" width="150" as="alternateBounds" />
          </mxGeometry>
        </mxCell>
        <mxCell id="jeW91b3SFmuc4ZiNpk8l-88" parent="1" style="shape=table;startSize=30;container=1;collapsible=1;childLayout=tableLayout;fixedRows=1;rowLines=0;fontStyle=1;align=center;resizeLast=1;html=1;fillColor=#97D077;" value="indicator_categories" vertex="1">
          <mxGeometry height="210" width="180" x="280" y="320" as="geometry" />
        </mxCell>
        <mxCell id="jeW91b3SFmuc4ZiNpk8l-89" parent="jeW91b3SFmuc4ZiNpk8l-88" style="shape=tableRow;horizontal=0;startSize=0;swimlaneHead=0;swimlaneBody=0;fillColor=none;collapsible=0;dropTarget=0;points=[[0,0.5],[1,0.5]];portConstraint=eastwest;top=0;left=0;right=0;bottom=1;" value="" vertex="1">
          <mxGeometry height="30" width="180" y="30" as="geometry" />
        </mxCell>
        <mxCell id="jeW91b3SFmuc4ZiNpk8l-90" parent="jeW91b3SFmuc4ZiNpk8l-89" style="shape=partialRectangle;connectable=0;fillColor=none;top=0;left=0;bottom=0;right=0;fontStyle=1;overflow=hidden;whiteSpace=wrap;html=1;" value="PK" vertex="1">
          <mxGeometry height="30" width="30" as="geometry">
            <mxRectangle height="30" width="30" as="alternateBounds" />
          </mxGeometry>
        </mxCell>
        <mxCell id="jeW91b3SFmuc4ZiNpk8l-91" parent="jeW91b3SFmuc4ZiNpk8l-89" style="shape=partialRectangle;connectable=0;fillColor=none;top=0;left=0;bottom=0;right=0;align=left;spacingLeft=6;fontStyle=5;overflow=hidden;whiteSpace=wrap;html=1;" value="id" vertex="1">
          <mxGeometry height="30" width="150" x="30" as="geometry">
            <mxRectangle height="30" width="150" as="alternateBounds" />
          </mxGeometry>
        </mxCell>
        <mxCell id="jeW91b3SFmuc4ZiNpk8l-92" parent="jeW91b3SFmuc4ZiNpk8l-88" style="shape=tableRow;horizontal=0;startSize=0;swimlaneHead=0;swimlaneBody=0;fillColor=none;collapsible=0;dropTarget=0;points=[[0,0.5],[1,0.5]];portConstraint=eastwest;top=0;left=0;right=0;bottom=0;" value="" vertex="1">
          <mxGeometry height="30" width="180" y="60" as="geometry" />
        </mxCell>
        <mxCell id="jeW91b3SFmuc4ZiNpk8l-93" parent="jeW91b3SFmuc4ZiNpk8l-92" style="shape=partialRectangle;connectable=0;fillColor=none;top=0;left=0;bottom=0;right=0;editable=1;overflow=hidden;whiteSpace=wrap;html=1;" value="&lt;b&gt;FK&lt;/b&gt;" vertex="1">
          <mxGeometry height="30" width="30" as="geometry">
            <mxRectangle height="30" width="30" as="alternateBounds" />
          </mxGeometry>
        </mxCell>
        <mxCell id="jeW91b3SFmuc4ZiNpk8l-94" parent="jeW91b3SFmuc4ZiNpk8l-92" style="shape=partialRectangle;connectable=0;fillColor=none;top=0;left=0;bottom=0;right=0;align=left;spacingLeft=6;overflow=hidden;whiteSpace=wrap;html=1;" value="indicator_id" vertex="1">
          <mxGeometry height="30" width="150" x="30" as="geometry">
            <mxRectangle height="30" width="150" as="alternateBounds" />
          </mxGeometry>
        </mxCell>
        <mxCell id="jeW91b3SFmuc4ZiNpk8l-95" parent="jeW91b3SFmuc4ZiNpk8l-88" style="shape=tableRow;horizontal=0;startSize=0;swimlaneHead=0;swimlaneBody=0;fillColor=none;collapsible=0;dropTarget=0;points=[[0,0.5],[1,0.5]];portConstraint=eastwest;top=0;left=0;right=0;bottom=0;" value="" vertex="1">
          <mxGeometry height="30" width="180" y="90" as="geometry" />
        </mxCell>
        <mxCell id="jeW91b3SFmuc4ZiNpk8l-96" parent="jeW91b3SFmuc4ZiNpk8l-95" style="shape=partialRectangle;connectable=0;fillColor=none;top=0;left=0;bottom=0;right=0;editable=1;overflow=hidden;whiteSpace=wrap;html=1;" value="" vertex="1">
          <mxGeometry height="30" width="30" as="geometry">
            <mxRectangle height="30" width="30" as="alternateBounds" />
          </mxGeometry>
        </mxCell>
        <mxCell id="jeW91b3SFmuc4ZiNpk8l-97" parent="jeW91b3SFmuc4ZiNpk8l-95" style="shape=partialRectangle;connectable=0;fillColor=none;top=0;left=0;bottom=0;right=0;align=left;spacingLeft=6;overflow=hidden;whiteSpace=wrap;html=1;" value="name" vertex="1">
          <mxGeometry height="30" width="150" x="30" as="geometry">
            <mxRectangle height="30" width="150" as="alternateBounds" />
          </mxGeometry>
        </mxCell>
        <mxCell id="Tr3dRubQJtcB0Lx8Occ9-10" parent="jeW91b3SFmuc4ZiNpk8l-88" style="shape=tableRow;horizontal=0;startSize=0;swimlaneHead=0;swimlaneBody=0;fillColor=none;collapsible=0;dropTarget=0;points=[[0,0.5],[1,0.5]];portConstraint=eastwest;top=0;left=0;right=0;bottom=0;" vertex="1">
          <mxGeometry height="30" width="180" y="120" as="geometry" />
        </mxCell>
        <mxCell id="Tr3dRubQJtcB0Lx8Occ9-11" parent="Tr3dRubQJtcB0Lx8Occ9-10" style="shape=partialRectangle;connectable=0;fillColor=none;top=0;left=0;bottom=0;right=0;editable=1;overflow=hidden;whiteSpace=wrap;html=1;" vertex="1">
          <mxGeometry height="30" width="30" as="geometry">
            <mxRectangle height="30" width="30" as="alternateBounds" />
          </mxGeometry>
        </mxCell>
        <mxCell id="Tr3dRubQJtcB0Lx8Occ9-12" parent="Tr3dRubQJtcB0Lx8Occ9-10" style="shape=partialRectangle;connectable=0;fillColor=none;top=0;left=0;bottom=0;right=0;align=left;spacingLeft=6;overflow=hidden;whiteSpace=wrap;html=1;" value="center_id" vertex="1">
          <mxGeometry height="30" width="150" x="30" as="geometry">
            <mxRectangle height="30" width="150" as="alternateBounds" />
          </mxGeometry>
        </mxCell>
        <mxCell id="jeW91b3SFmuc4ZiNpk8l-98" parent="jeW91b3SFmuc4ZiNpk8l-88" style="shape=tableRow;horizontal=0;startSize=0;swimlaneHead=0;swimlaneBody=0;fillColor=none;collapsible=0;dropTarget=0;points=[[0,0.5],[1,0.5]];portConstraint=eastwest;top=0;left=0;right=0;bottom=0;" value="" vertex="1">
          <mxGeometry height="30" width="180" y="150" as="geometry" />
        </mxCell>
        <mxCell id="jeW91b3SFmuc4ZiNpk8l-99" parent="jeW91b3SFmuc4ZiNpk8l-98" style="shape=partialRectangle;connectable=0;fillColor=none;top=0;left=0;bottom=0;right=0;editable=1;overflow=hidden;whiteSpace=wrap;html=1;" value="" vertex="1">
          <mxGeometry height="30" width="30" as="geometry">
            <mxRectangle height="30" width="30" as="alternateBounds" />
          </mxGeometry>
        </mxCell>
        <mxCell id="jeW91b3SFmuc4ZiNpk8l-100" parent="jeW91b3SFmuc4ZiNpk8l-98" style="shape=partialRectangle;connectable=0;fillColor=none;top=0;left=0;bottom=0;right=0;align=left;spacingLeft=6;overflow=hidden;whiteSpace=wrap;html=1;" value="&lt;font style=&quot;color: rgb(255, 153, 51);&quot;&gt;description ?&lt;/font&gt;" vertex="1">
          <mxGeometry height="30" width="150" x="30" as="geometry">
            <mxRectangle height="30" width="150" as="alternateBounds" />
          </mxGeometry>
        </mxCell>
        <mxCell id="jeW91b3SFmuc4ZiNpk8l-104" parent="jeW91b3SFmuc4ZiNpk8l-88" style="shape=tableRow;horizontal=0;startSize=0;swimlaneHead=0;swimlaneBody=0;fillColor=none;collapsible=0;dropTarget=0;points=[[0,0.5],[1,0.5]];portConstraint=eastwest;top=0;left=0;right=0;bottom=0;" vertex="1">
          <mxGeometry height="30" width="180" y="180" as="geometry" />
        </mxCell>
        <mxCell id="jeW91b3SFmuc4ZiNpk8l-105" parent="jeW91b3SFmuc4ZiNpk8l-104" style="shape=partialRectangle;connectable=0;fillColor=none;top=0;left=0;bottom=0;right=0;editable=1;overflow=hidden;whiteSpace=wrap;html=1;" vertex="1">
          <mxGeometry height="30" width="30" as="geometry">
            <mxRectangle height="30" width="30" as="alternateBounds" />
          </mxGeometry>
        </mxCell>
        <mxCell id="jeW91b3SFmuc4ZiNpk8l-106" parent="jeW91b3SFmuc4ZiNpk8l-104" style="shape=partialRectangle;connectable=0;fillColor=none;top=0;left=0;bottom=0;right=0;align=left;spacingLeft=6;overflow=hidden;whiteSpace=wrap;html=1;" value="status" vertex="1">
          <mxGeometry height="30" width="150" x="30" as="geometry">
            <mxRectangle height="30" width="150" as="alternateBounds" />
          </mxGeometry>
        </mxCell>
        <mxCell id="jeW91b3SFmuc4ZiNpk8l-107" parent="1" style="shape=table;startSize=30;container=1;collapsible=1;childLayout=tableLayout;fixedRows=1;rowLines=0;fontStyle=1;align=center;resizeLast=1;html=1;fillColor=#A9C4EB;" value="indicator_category_details" vertex="1">
-           <mxGeometry height="270" width="180" x="680" y="280" as="geometry" />
+           <mxGeometry height="270" width="180" x="560" y="282" as="geometry" />
        </mxCell>
        <mxCell id="jeW91b3SFmuc4ZiNpk8l-108" parent="jeW91b3SFmuc4ZiNpk8l-107" style="shape=tableRow;horizontal=0;startSize=0;swimlaneHead=0;swimlaneBody=0;fillColor=none;collapsible=0;dropTarget=0;points=[[0,0.5],[1,0.5]];portConstraint=eastwest;top=0;left=0;right=0;bottom=1;" value="" vertex="1">
          <mxGeometry height="30" width="180" y="30" as="geometry" />
        </mxCell>
        <mxCell id="jeW91b3SFmuc4ZiNpk8l-109" parent="jeW91b3SFmuc4ZiNpk8l-108" style="shape=partialRectangle;connectable=0;fillColor=none;top=0;left=0;bottom=0;right=0;fontStyle=1;overflow=hidden;whiteSpace=wrap;html=1;" value="PK" vertex="1">
          <mxGeometry height="30" width="30" as="geometry">
            <mxRectangle height="30" width="30" as="alternateBounds" />
          </mxGeometry>
        </mxCell>
        <mxCell id="jeW91b3SFmuc4ZiNpk8l-110" parent="jeW91b3SFmuc4ZiNpk8l-108" style="shape=partialRectangle;connectable=0;fillColor=none;top=0;left=0;bottom=0;right=0;align=left;spacingLeft=6;fontStyle=5;overflow=hidden;whiteSpace=wrap;html=1;" value="id" vertex="1">
          <mxGeometry height="30" width="150" x="30" as="geometry">
            <mxRectangle height="30" width="150" as="alternateBounds" />
          </mxGeometry>
        </mxCell>
-         <mxCell id="6sR2e17n_Q9-mfU13Qc0-1" parent="jeW91b3SFmuc4ZiNpk8l-107" style="shape=tableRow;horizontal=0;startSize=0;swimlaneHead=0;swimlaneBody=0;fillColor=none;collapsible=0;dropTarget=0;points=[[0,0.5],[1,0.5]];portConstraint=eastwest;top=0;left=0;right=0;bottom=0;" vertex="1">
-           <mxGeometry height="30" width="180" y="60" as="geometry" />
-         </mxCell>
-         <mxCell id="6sR2e17n_Q9-mfU13Qc0-2" parent="6sR2e17n_Q9-mfU13Qc0-1" style="shape=partialRectangle;connectable=0;fillColor=none;top=0;left=0;bottom=0;right=0;editable=1;overflow=hidden;whiteSpace=wrap;html=1;" value="FK" vertex="1">
-           <mxGeometry height="30" width="30" as="geometry">
-             <mxRectangle height="30" width="30" as="alternateBounds" />
-           </mxGeometry>
-         </mxCell>
-         <mxCell id="6sR2e17n_Q9-mfU13Qc0-3" parent="6sR2e17n_Q9-mfU13Qc0-1" style="shape=partialRectangle;connectable=0;fillColor=none;top=0;left=0;bottom=0;right=0;align=left;spacingLeft=6;overflow=hidden;whiteSpace=wrap;html=1;" value="state_id" vertex="1">
-           <mxGeometry height="30" width="150" x="30" as="geometry">
-             <mxRectangle height="30" width="150" as="alternateBounds" />
-           </mxGeometry>
-         </mxCell>
        <mxCell id="jeW91b3SFmuc4ZiNpk8l-111" parent="jeW91b3SFmuc4ZiNpk8l-107" style="shape=tableRow;horizontal=0;startSize=0;swimlaneHead=0;swimlaneBody=0;fillColor=none;collapsible=0;dropTarget=0;points=[[0,0.5],[1,0.5]];portConstraint=eastwest;top=0;left=0;right=0;bottom=0;" value="" vertex="1">
-           <mxGeometry height="30" width="180" y="90" as="geometry" />
+           <mxGeometry height="30" width="180" y="60" as="geometry" />
        </mxCell>
        <mxCell id="jeW91b3SFmuc4ZiNpk8l-112" parent="jeW91b3SFmuc4ZiNpk8l-111" style="shape=partialRectangle;connectable=0;fillColor=none;top=0;left=0;bottom=0;right=0;editable=1;overflow=hidden;whiteSpace=wrap;html=1;" value="&lt;b&gt;FK&lt;/b&gt;" vertex="1">
          <mxGeometry height="30" width="30" as="geometry">
            <mxRectangle height="30" width="30" as="alternateBounds" />
          </mxGeometry>
        </mxCell>
        <mxCell id="jeW91b3SFmuc4ZiNpk8l-113" parent="jeW91b3SFmuc4ZiNpk8l-111" style="shape=partialRectangle;connectable=0;fillColor=none;top=0;left=0;bottom=0;right=0;align=left;spacingLeft=6;overflow=hidden;whiteSpace=wrap;html=1;" value="indicator_category_id" vertex="1">
          <mxGeometry height="30" width="150" x="30" as="geometry">
            <mxRectangle height="30" width="150" as="alternateBounds" />
          </mxGeometry>
        </mxCell>
        <mxCell id="jeW91b3SFmuc4ZiNpk8l-114" parent="jeW91b3SFmuc4ZiNpk8l-107" style="shape=tableRow;horizontal=0;startSize=0;swimlaneHead=0;swimlaneBody=0;fillColor=none;collapsible=0;dropTarget=0;points=[[0,0.5],[1,0.5]];portConstraint=eastwest;top=0;left=0;right=0;bottom=0;" value="" vertex="1">
+           <mxGeometry height="30" width="180" y="90" as="geometry" />
+         </mxCell>
+         <mxCell id="jeW91b3SFmuc4ZiNpk8l-115" parent="jeW91b3SFmuc4ZiNpk8l-114" style="shape=partialRectangle;connectable=0;fillColor=none;top=0;left=0;bottom=0;right=0;editable=1;overflow=hidden;whiteSpace=wrap;html=1;" value="FK" vertex="1">
+           <mxGeometry height="30" width="30" as="geometry">
+             <mxRectangle height="30" width="30" as="alternateBounds" />
+           </mxGeometry>
+         </mxCell>
+         <mxCell id="jeW91b3SFmuc4ZiNpk8l-116" parent="jeW91b3SFmuc4ZiNpk8l-114" style="shape=partialRectangle;connectable=0;fillColor=none;top=0;left=0;bottom=0;right=0;align=left;spacingLeft=6;overflow=hidden;whiteSpace=wrap;html=1;" value="year_id&amp;nbsp;" vertex="1">
+           <mxGeometry height="30" width="150" x="30" as="geometry">
+             <mxRectangle height="30" width="150" as="alternateBounds" />
+           </mxGeometry>
+         </mxCell>
+         <mxCell id="jeW91b3SFmuc4ZiNpk8l-117" parent="jeW91b3SFmuc4ZiNpk8l-107" style="shape=tableRow;horizontal=0;startSize=0;swimlaneHead=0;swimlaneBody=0;fillColor=none;collapsible=0;dropTarget=0;points=[[0,0.5],[1,0.5]];portConstraint=eastwest;top=0;left=0;right=0;bottom=0;" value="" vertex="1">
          <mxGeometry height="30" width="180" y="120" as="geometry" />
        </mxCell>
-         <mxCell id="jeW91b3SFmuc4ZiNpk8l-115" parent="jeW91b3SFmuc4ZiNpk8l-114" style="shape=partialRectangle;connectable=0;fillColor=none;top=0;left=0;bottom=0;right=0;editable=1;overflow=hidden;whiteSpace=wrap;html=1;" value="FK" vertex="1">
-           <mxGeometry height="30" width="30" as="geometry">
-             <mxRectangle height="30" width="30" as="alternateBounds" />
-           </mxGeometry>
-         </mxCell>
-         <mxCell id="jeW91b3SFmuc4ZiNpk8l-116" parent="jeW91b3SFmuc4ZiNpk8l-114" style="shape=partialRectangle;connectable=0;fillColor=none;top=0;left=0;bottom=0;right=0;align=left;spacingLeft=6;overflow=hidden;whiteSpace=wrap;html=1;" value="year_id&amp;nbsp;" vertex="1">
-           <mxGeometry height="30" width="150" x="30" as="geometry">
-             <mxRectangle height="30" width="150" as="alternateBounds" />
-           </mxGeometry>
-         </mxCell>
-         <mxCell id="jeW91b3SFmuc4ZiNpk8l-117" parent="jeW91b3SFmuc4ZiNpk8l-107" style="shape=tableRow;horizontal=0;startSize=0;swimlaneHead=0;swimlaneBody=0;fillColor=none;collapsible=0;dropTarget=0;points=[[0,0.5],[1,0.5]];portConstraint=eastwest;top=0;left=0;right=0;bottom=0;" value="" vertex="1">
+         <mxCell id="jeW91b3SFmuc4ZiNpk8l-118" parent="jeW91b3SFmuc4ZiNpk8l-117" style="shape=partialRectangle;connectable=0;fillColor=none;top=0;left=0;bottom=0;right=0;editable=1;overflow=hidden;whiteSpace=wrap;html=1;" value="FK" vertex="1">
+           <mxGeometry height="30" width="30" as="geometry">
+             <mxRectangle height="30" width="30" as="alternateBounds" />
+           </mxGeometry>
+         </mxCell>
+         <mxCell id="jeW91b3SFmuc4ZiNpk8l-119" parent="jeW91b3SFmuc4ZiNpk8l-117" style="shape=partialRectangle;connectable=0;fillColor=none;top=0;left=0;bottom=0;right=0;align=left;spacingLeft=6;overflow=hidden;whiteSpace=wrap;html=1;" value="gender_id" vertex="1">
+           <mxGeometry height="30" width="150" x="30" as="geometry">
+             <mxRectangle height="30" width="150" as="alternateBounds" />
+           </mxGeometry>
+         </mxCell>
+         <mxCell id="jeW91b3SFmuc4ZiNpk8l-123" parent="jeW91b3SFmuc4ZiNpk8l-107" style="shape=tableRow;horizontal=0;startSize=0;swimlaneHead=0;swimlaneBody=0;fillColor=none;collapsible=0;dropTarget=0;points=[[0,0.5],[1,0.5]];portConstraint=eastwest;top=0;left=0;right=0;bottom=0;" vertex="1">
          <mxGeometry height="30" width="180" y="150" as="geometry" />
        </mxCell>
-         <mxCell id="jeW91b3SFmuc4ZiNpk8l-118" parent="jeW91b3SFmuc4ZiNpk8l-117" style="shape=partialRectangle;connectable=0;fillColor=none;top=0;left=0;bottom=0;right=0;editable=1;overflow=hidden;whiteSpace=wrap;html=1;" value="FK" vertex="1">
-           <mxGeometry height="30" width="30" as="geometry">
-             <mxRectangle height="30" width="30" as="alternateBounds" />
-           </mxGeometry>
-         </mxCell>
-         <mxCell id="jeW91b3SFmuc4ZiNpk8l-119" parent="jeW91b3SFmuc4ZiNpk8l-117" style="shape=partialRectangle;connectable=0;fillColor=none;top=0;left=0;bottom=0;right=0;align=left;spacingLeft=6;overflow=hidden;whiteSpace=wrap;html=1;" value="gender_id" vertex="1">
-           <mxGeometry height="30" width="150" x="30" as="geometry">
-             <mxRectangle height="30" width="150" as="alternateBounds" />
-           </mxGeometry>
-         </mxCell>
-         <mxCell id="jeW91b3SFmuc4ZiNpk8l-123" parent="jeW91b3SFmuc4ZiNpk8l-107" style="shape=tableRow;horizontal=0;startSize=0;swimlaneHead=0;swimlaneBody=0;fillColor=none;collapsible=0;dropTarget=0;points=[[0,0.5],[1,0.5]];portConstraint=eastwest;top=0;left=0;right=0;bottom=0;" vertex="1">
+         <mxCell id="jeW91b3SFmuc4ZiNpk8l-124" parent="jeW91b3SFmuc4ZiNpk8l-123" style="shape=partialRectangle;connectable=0;fillColor=none;top=0;left=0;bottom=0;right=0;editable=1;overflow=hidden;whiteSpace=wrap;html=1;" value="FK" vertex="1">
+           <mxGeometry height="30" width="30" as="geometry">
+             <mxRectangle height="30" width="30" as="alternateBounds" />
+           </mxGeometry>
+         </mxCell>
+         <mxCell id="jeW91b3SFmuc4ZiNpk8l-125" parent="jeW91b3SFmuc4ZiNpk8l-123" style="shape=partialRectangle;connectable=0;fillColor=none;top=0;left=0;bottom=0;right=0;align=left;spacingLeft=6;overflow=hidden;whiteSpace=wrap;html=1;" value="&lt;font style=&quot;color: rgb(255, 153, 51);&quot;&gt;center_id&lt;/font&gt;" vertex="1">
+           <mxGeometry height="30" width="150" x="30" as="geometry">
+             <mxRectangle height="30" width="150" as="alternateBounds" />
+           </mxGeometry>
+         </mxCell>
+         <mxCell id="eJO3lzlzhUtox_iWpBCm-4" parent="jeW91b3SFmuc4ZiNpk8l-107" style="shape=tableRow;horizontal=0;startSize=0;swimlaneHead=0;swimlaneBody=0;fillColor=none;collapsible=0;dropTarget=0;points=[[0,0.5],[1,0.5]];portConstraint=eastwest;top=0;left=0;right=0;bottom=0;" vertex="1">
          <mxGeometry height="30" width="180" y="180" as="geometry" />
        </mxCell>
-         <mxCell id="jeW91b3SFmuc4ZiNpk8l-124" parent="jeW91b3SFmuc4ZiNpk8l-123" style="shape=partialRectangle;connectable=0;fillColor=none;top=0;left=0;bottom=0;right=0;editable=1;overflow=hidden;whiteSpace=wrap;html=1;" value="FK" vertex="1">
-           <mxGeometry height="30" width="30" as="geometry">
-             <mxRectangle height="30" width="30" as="alternateBounds" />
-           </mxGeometry>
-         </mxCell>
-         <mxCell id="jeW91b3SFmuc4ZiNpk8l-125" parent="jeW91b3SFmuc4ZiNpk8l-123" style="shape=partialRectangle;connectable=0;fillColor=none;top=0;left=0;bottom=0;right=0;align=left;spacingLeft=6;overflow=hidden;whiteSpace=wrap;html=1;" value="center_id" vertex="1">
+         <mxCell id="eJO3lzlzhUtox_iWpBCm-5" parent="eJO3lzlzhUtox_iWpBCm-4" style="shape=partialRectangle;connectable=0;fillColor=none;top=0;left=0;bottom=0;right=0;editable=1;overflow=hidden;whiteSpace=wrap;html=1;" value="FK" vertex="1">
+           <mxGeometry height="30" width="30" as="geometry">
+             <mxRectangle height="30" width="30" as="alternateBounds" />
+           </mxGeometry>
+         </mxCell>
+         <mxCell id="eJO3lzlzhUtox_iWpBCm-6" parent="eJO3lzlzhUtox_iWpBCm-4" style="shape=partialRectangle;connectable=0;fillColor=none;top=0;left=0;bottom=0;right=0;align=left;spacingLeft=6;overflow=hidden;whiteSpace=wrap;html=1;" value="state_id" vertex="1">
          <mxGeometry height="30" width="150" x="30" as="geometry">
            <mxRectangle height="30" width="150" as="alternateBounds" />
          </mxGeometry>
        </mxCell>
        <mxCell id="jeW91b3SFmuc4ZiNpk8l-120" parent="jeW91b3SFmuc4ZiNpk8l-107" style="shape=tableRow;horizontal=0;startSize=0;swimlaneHead=0;swimlaneBody=0;fillColor=none;collapsible=0;dropTarget=0;points=[[0,0.5],[1,0.5]];portConstraint=eastwest;top=0;left=0;right=0;bottom=0;" vertex="1">
          <mxGeometry height="30" width="180" y="210" as="geometry" />
        </mxCell>
        <mxCell id="jeW91b3SFmuc4ZiNpk8l-121" parent="jeW91b3SFmuc4ZiNpk8l-120" style="shape=partialRectangle;connectable=0;fillColor=none;top=0;left=0;bottom=0;right=0;editable=1;overflow=hidden;whiteSpace=wrap;html=1;" vertex="1">
          <mxGeometry height="30" width="30" as="geometry">
            <mxRectangle height="30" width="30" as="alternateBounds" />
          </mxGeometry>
        </mxCell>
        <mxCell id="jeW91b3SFmuc4ZiNpk8l-122" parent="jeW91b3SFmuc4ZiNpk8l-120" style="shape=partialRectangle;connectable=0;fillColor=none;top=0;left=0;bottom=0;right=0;align=left;spacingLeft=6;overflow=hidden;whiteSpace=wrap;html=1;" value="quantity" vertex="1">
          <mxGeometry height="30" width="150" x="30" as="geometry">
            <mxRectangle height="30" width="150" as="alternateBounds" />
          </mxGeometry>
        </mxCell>
        <mxCell id="jeW91b3SFmuc4ZiNpk8l-126" parent="jeW91b3SFmuc4ZiNpk8l-107" style="shape=tableRow;horizontal=0;startSize=0;swimlaneHead=0;swimlaneBody=0;fillColor=none;collapsible=0;dropTarget=0;points=[[0,0.5],[1,0.5]];portConstraint=eastwest;top=0;left=0;right=0;bottom=0;" vertex="1">
          <mxGeometry height="30" width="180" y="240" as="geometry" />
        </mxCell>
        <mxCell id="jeW91b3SFmuc4ZiNpk8l-127" parent="jeW91b3SFmuc4ZiNpk8l-126" style="shape=partialRectangle;connectable=0;fillColor=none;top=0;left=0;bottom=0;right=0;editable=1;overflow=hidden;whiteSpace=wrap;html=1;" vertex="1">
          <mxGeometry height="30" width="30" as="geometry">
            <mxRectangle height="30" width="30" as="alternateBounds" />
          </mxGeometry>
        </mxCell>
        <mxCell id="jeW91b3SFmuc4ZiNpk8l-128" parent="jeW91b3SFmuc4ZiNpk8l-126" style="shape=partialRectangle;connectable=0;fillColor=none;top=0;left=0;bottom=0;right=0;align=left;spacingLeft=6;overflow=hidden;whiteSpace=wrap;html=1;" value="status" vertex="1">
          <mxGeometry height="30" width="150" x="30" as="geometry">
            <mxRectangle height="30" width="150" as="alternateBounds" />
          </mxGeometry>
        </mxCell>
        <mxCell id="jeW91b3SFmuc4ZiNpk8l-129" edge="1" parent="1" source="jeW91b3SFmuc4ZiNpk8l-41" style="edgeStyle=entityRelationEdgeStyle;fontSize=12;html=1;endArrow=ERoneToMany;rounded=0;" target="jeW91b3SFmuc4ZiNpk8l-57" value="">
          <mxGeometry height="100" relative="1" width="100" as="geometry">
-             <mxPoint x="360" y="190" as="sourcePoint" />
-             <mxPoint x="460" y="90" as="targetPoint" />
+             <mxPoint x="-30" y="540" as="sourcePoint" />
+             <mxPoint x="70" y="440" as="targetPoint" />
          </mxGeometry>
        </mxCell>
        <mxCell id="jeW91b3SFmuc4ZiNpk8l-130" edge="1" parent="1" source="jeW91b3SFmuc4ZiNpk8l-54" style="edgeStyle=entityRelationEdgeStyle;fontSize=12;html=1;endArrow=ERoneToMany;rounded=0;" target="jeW91b3SFmuc4ZiNpk8l-31" value="">
          <mxGeometry height="100" relative="1" width="100" as="geometry">
-             <mxPoint x="360" y="190" as="sourcePoint" />
-             <mxPoint x="460" y="90" as="targetPoint" />
+             <mxPoint x="310" y="740" as="sourcePoint" />
+             <mxPoint x="410" y="640" as="targetPoint" />
          </mxGeometry>
        </mxCell>
        <mxCell id="jeW91b3SFmuc4ZiNpk8l-131" edge="1" parent="1" source="jeW91b3SFmuc4ZiNpk8l-15" style="edgeStyle=entityRelationEdgeStyle;fontSize=12;html=1;endArrow=ERoneToMany;rounded=0;" target="jeW91b3SFmuc4ZiNpk8l-92" value="">
          <mxGeometry height="100" relative="1" width="100" as="geometry">
            <mxPoint x="360" y="290" as="sourcePoint" />
            <mxPoint x="460" y="190" as="targetPoint" />
          </mxGeometry>
        </mxCell>
        <mxCell id="jeW91b3SFmuc4ZiNpk8l-132" edge="1" parent="1" source="jeW91b3SFmuc4ZiNpk8l-89" style="edgeStyle=entityRelationEdgeStyle;fontSize=12;html=1;endArrow=ERoneToMany;rounded=0;" target="jeW91b3SFmuc4ZiNpk8l-111" value="">
          <mxGeometry height="100" relative="1" width="100" as="geometry">
            <mxPoint x="360" y="390" as="sourcePoint" />
            <mxPoint x="460" y="290" as="targetPoint" />
          </mxGeometry>
        </mxCell>
-         <mxCell id="jeW91b3SFmuc4ZiNpk8l-133" edge="1" parent="1" source="jeW91b3SFmuc4ZiNpk8l-28" style="edgeStyle=entityRelationEdgeStyle;fontSize=12;html=1;endArrow=ERoneToMany;rounded=0;" target="jeW91b3SFmuc4ZiNpk8l-123" value="">
-           <mxGeometry height="100" relative="1" width="100" as="geometry">
-             <mxPoint x="226.04000000000002" y="210" as="sourcePoint" />
-             <mxPoint x="230.00000000000006" y="619" as="targetPoint" />
-           </mxGeometry>
-         </mxCell>
        <mxCell id="jeW91b3SFmuc4ZiNpk8l-134" edge="1" parent="1" source="jeW91b3SFmuc4ZiNpk8l-2" style="edgeStyle=entityRelationEdgeStyle;fontSize=12;html=1;endArrow=ERoneToMany;rounded=0;" target="jeW91b3SFmuc4ZiNpk8l-114" value="">
          <mxGeometry height="100" relative="1" width="100" as="geometry">
            <mxPoint x="360" y="470" as="sourcePoint" />
            <mxPoint x="460" y="370" as="targetPoint" />
          </mxGeometry>
        </mxCell>
        <mxCell id="jeW91b3SFmuc4ZiNpk8l-135" edge="1" parent="1" source="jeW91b3SFmuc4ZiNpk8l-76" style="edgeStyle=entityRelationEdgeStyle;fontSize=12;html=1;endArrow=ERoneToMany;rounded=0;" target="jeW91b3SFmuc4ZiNpk8l-117" value="">
          <mxGeometry height="100" relative="1" width="100" as="geometry">
            <mxPoint x="360" y="670" as="sourcePoint" />
            <mxPoint x="460" y="570" as="targetPoint" />
          </mxGeometry>
        </mxCell>
-         <mxCell id="6sR2e17n_Q9-mfU13Qc0-4" edge="1" parent="1" source="jeW91b3SFmuc4ZiNpk8l-54" style="edgeStyle=entityRelationEdgeStyle;fontSize=12;html=1;endArrow=ERoneToMany;rounded=0;" target="6sR2e17n_Q9-mfU13Qc0-1" value="">
-           <mxGeometry height="100" relative="1" width="100" as="geometry">
-             <mxPoint x="680" y="440" as="sourcePoint" />
-             <mxPoint x="780" y="340" as="targetPoint" />
+         <mxCell id="6sR2e17n_Q9-mfU13Qc0-4" edge="1" parent="1" source="jeW91b3SFmuc4ZiNpk8l-54" style="edgeStyle=entityRelationEdgeStyle;fontSize=12;html=1;endArrow=ERoneToMany;rounded=0;" target="eJO3lzlzhUtox_iWpBCm-4" value="">
+           <mxGeometry height="100" relative="1" width="100" as="geometry">
+             <mxPoint x="1060" y="670" as="sourcePoint" />
+             <mxPoint x="850" y="691" as="targetPoint" />
+           </mxGeometry>
+         </mxCell>
+         <mxCell id="eJO3lzlzhUtox_iWpBCm-8" edge="1" parent="1" source="jeW91b3SFmuc4ZiNpk8l-28" style="edgeStyle=entityRelationEdgeStyle;fontSize=12;html=1;endArrow=ERzeroToMany;endFill=1;rounded=0;" target="Tr3dRubQJtcB0Lx8Occ9-10" value="">
+           <mxGeometry height="100" relative="1" width="100" as="geometry">
+             <mxPoint x="610" y="640" as="sourcePoint" />
+             <mxPoint x="710" y="540" as="targetPoint" />
          </mxGeometry>
        </mxCell>
      </root>
    </mxGraphModel>
  </diagram>
</mxfile>
